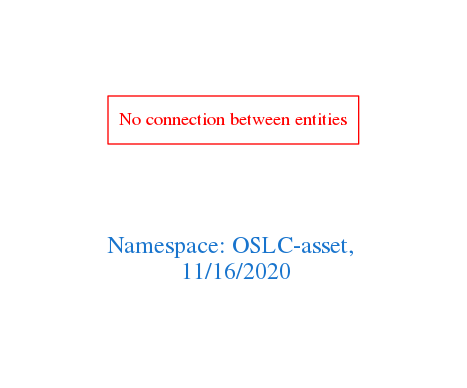
Before: downloads/OSLC-asset.png, a diagram exported from Graphviz (arago/OGIT). Its source is kept beside it as downloads/OSLC-asset.dot.
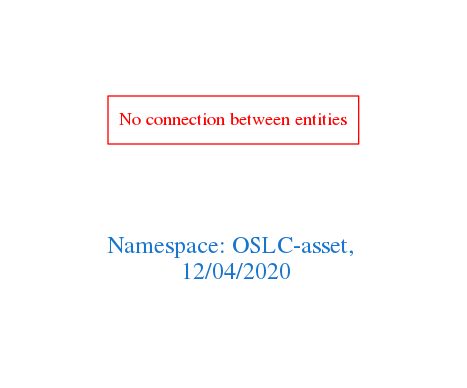
After the commit.

The edit, as a diff of the source:
```diff
@@ -1,7 +1,7 @@
 digraph OGIT_ontology {
  graph [ rankdir= LR,pad=1
 fontsize = 18,
-fontcolor= dodgerblue3,label = "\n\n\nNamespace: OSLC-asset, \n 11/16/2020"];
+fontcolor= dodgerblue3,label = "\n\n\nNamespace: OSLC-asset, \n 12/04/2020"];
 node[shape=polygon];
 edge [  color="gray81"];
 
```
